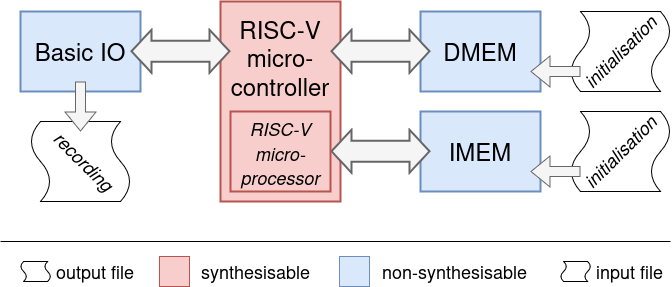
Above: static/img/10/sim_design.png in KULeuven-Diepenbeek/course_hwswcodesign (draw.io), before the change. Source tidied: cells renumbered, new cells last; positions are measured from the earlier drawing's top-left corner, leaving out a move shared by most shapes.
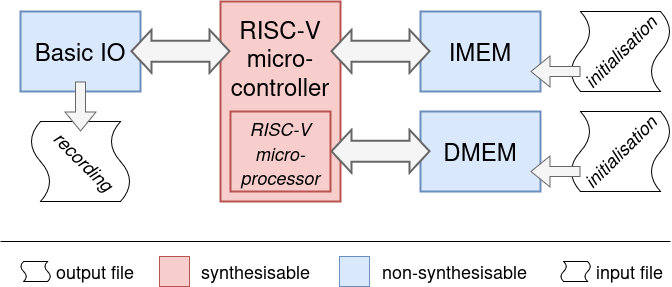
The same file after the commit.

Change to the diagram source:
```diff
@@ -5,10 +5,10 @@
     <mxCell id="2" value="&lt;div&gt;RISC-V&lt;/div&gt;&lt;div&gt;micro-&lt;/div&gt;&lt;div&gt;controller&lt;/div&gt;&lt;div&gt;&lt;font style=&quot;font-size: 19px;&quot;&gt;&lt;br&gt;&lt;/font&gt;&lt;/div&gt;&lt;div&gt;&lt;br&gt;&lt;/div&gt;&lt;div&gt;&lt;br&gt;&lt;/div&gt;" style="rounded=0;whiteSpace=wrap;html=1;fontSize=24;strokeWidth=2;fillColor=#f8cecc;strokeColor=#b85450;" parent="1" vertex="1">
       <mxGeometry x="220" width="120" height="200" as="geometry" />
     </mxCell>
-    <mxCell id="3" value="IMEM" style="rounded=0;whiteSpace=wrap;html=1;fontSize=24;strokeWidth=2;fillColor=#dae8fc;strokeColor=#6c8ebf;" parent="1" vertex="1">
+    <mxCell id="3" value="DMEM" style="rounded=0;whiteSpace=wrap;html=1;fontSize=24;strokeWidth=2;fillColor=#dae8fc;strokeColor=#6c8ebf;" parent="1" vertex="1">
       <mxGeometry x="420" y="110" width="120" height="80" as="geometry" />
     </mxCell>
-    <mxCell id="4" value="DMEM" style="rounded=0;whiteSpace=wrap;html=1;fontSize=24;strokeWidth=2;fillColor=#dae8fc;strokeColor=#6c8ebf;" parent="1" vertex="1">
+    <mxCell id="4" value="IMEM" style="rounded=0;whiteSpace=wrap;html=1;fontSize=24;strokeWidth=2;fillColor=#dae8fc;strokeColor=#6c8ebf;" parent="1" vertex="1">
       <mxGeometry x="420" y="10" width="120" height="80" as="geometry" />
     </mxCell>
     <mxCell id="5" style="shape=flexArrow;endArrow=classic;startArrow=classic;html=1;rounded=0;strokeWidth=2;fillColor=#f5f5f5;strokeColor=#666666;width=20;" parent="1" edge="1">
```
